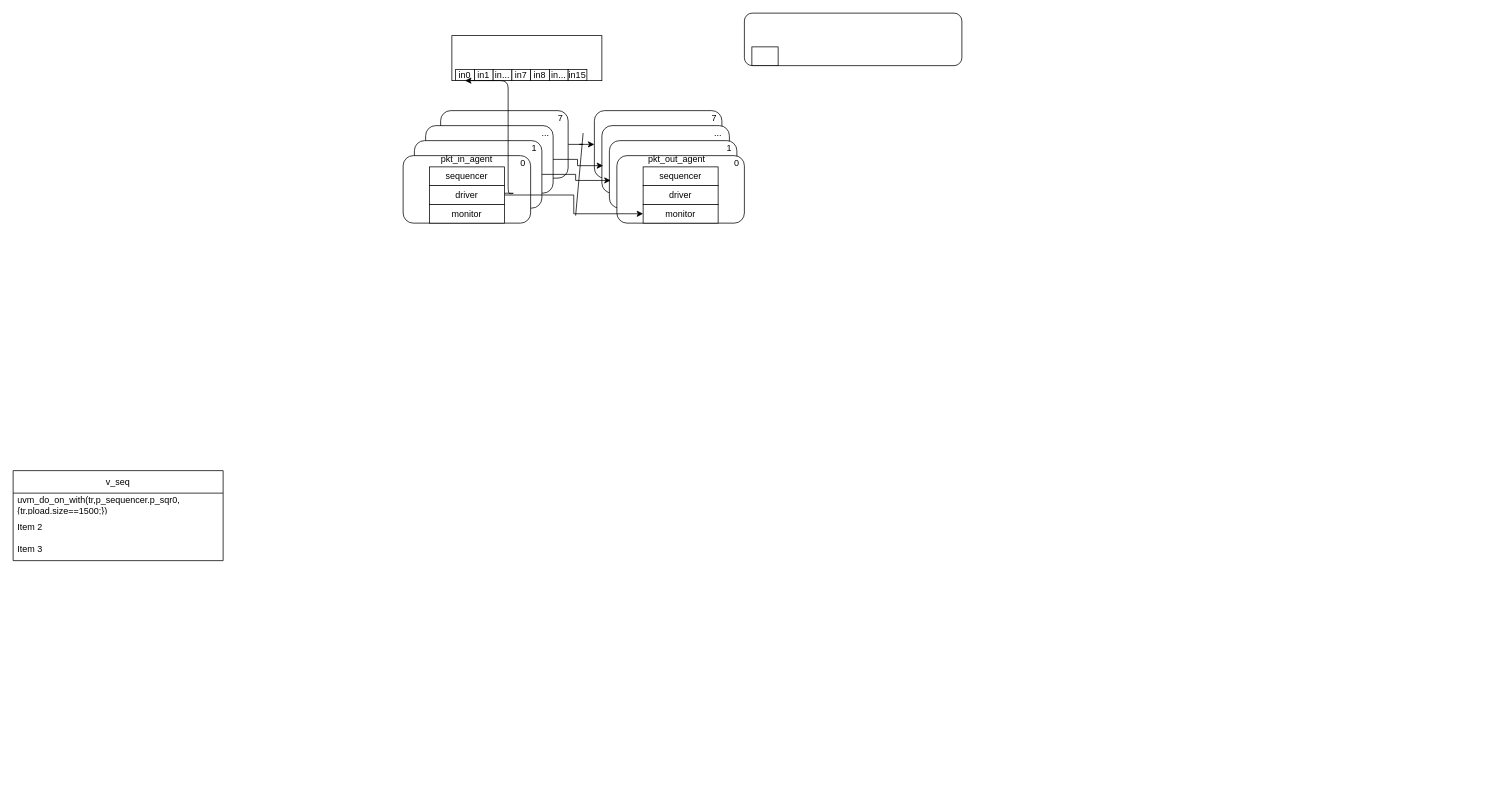
Before: dt005.drawio in huangliwood/Bingo, a draw.io diagram. Source tidied: cells renumbered, new cells numbered last; positions are measured from the earlier drawing's top-left corner, leaving out a move shared by most shapes. Both pictures are drawn from the tidied source at 75%, with x=0, y=0 at pixel (13, 13).
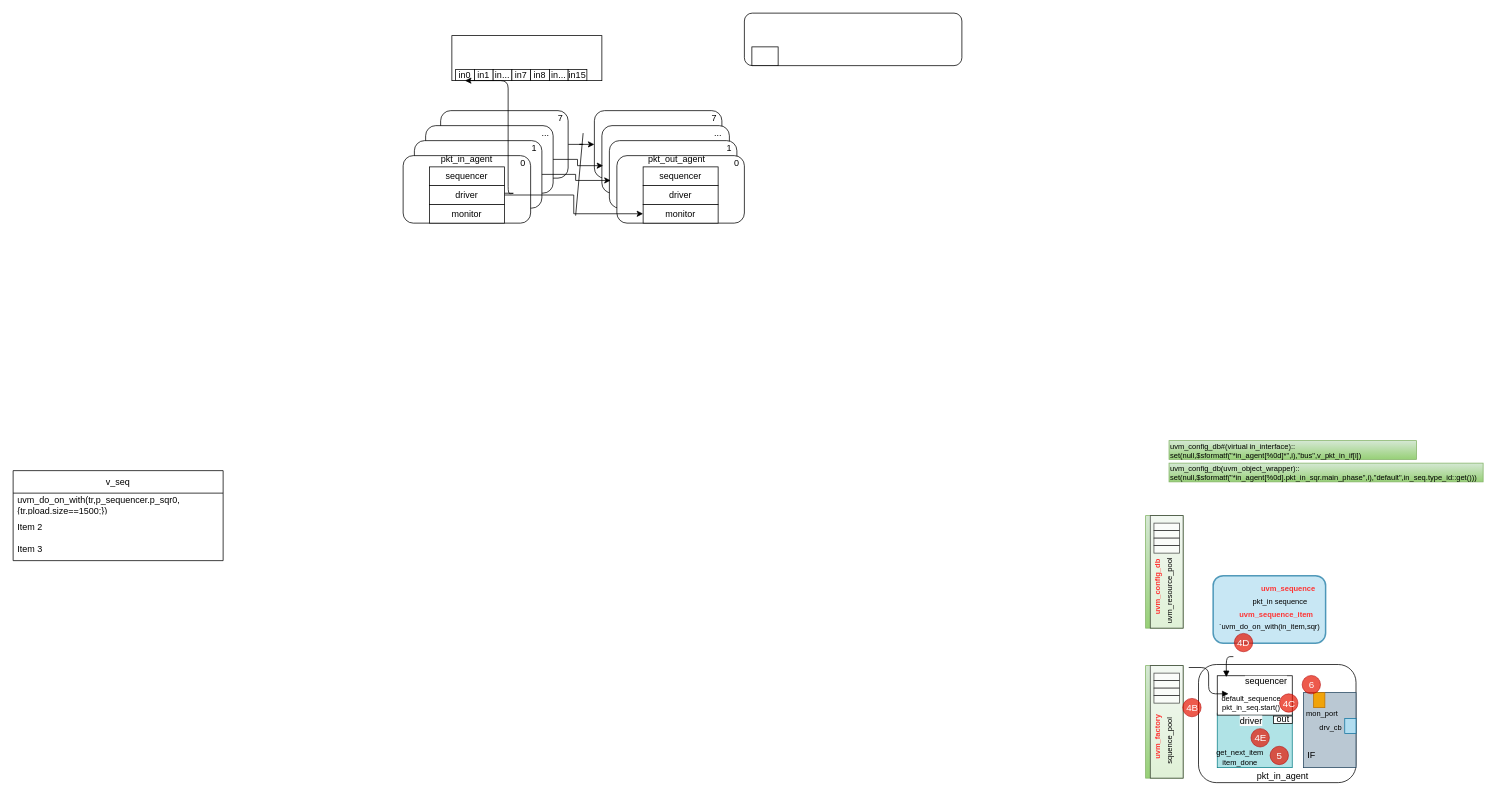
After the change.

What changed in the source:
```diff
@@
+    <mxCell id="47" value="uvm_config_db#(virtual in_interface)::&lt;br&gt;set(null,$sformatf(&quot;*in_agent[%0d]*&quot;,i),&quot;bus&quot;,v_pkt_in_if[i])" style="text;html=1;fillColor=#d5e8d4;align=left;verticalAlign=middle;whiteSpace=wrap;rounded=0;fontSize=10;strokeColor=#82b366;gradientColor=#97d077;" parent="1" vertex="1">
+      <mxGeometry x="1541.2" y="570" width="330" height="25" as="geometry" />
+    </mxCell>
+    <mxCell id="48" value="uvm_config_db(uvm_object_wrapper)::&lt;br&gt;set(null,$sformatf(&quot;*in_agent[%0d].pkt_in_sqr.main_phase&quot;,i),&quot;default&quot;,in_seq.type_id::get()))" style="text;html=1;fillColor=#d5e8d4;align=left;verticalAlign=middle;whiteSpace=wrap;rounded=0;fontSize=10;strokeColor=#82b366;gradientColor=#97d077;" parent="1" vertex="1">
+      <mxGeometry x="1541.2" y="600" width="418.8" height="25" as="geometry" />
+    </mxCell>
+    <mxCell id="49" style="group;fillColor=#d5e8d4;gradientColor=#97d077;strokeColor=#82b366;" parent="1" vertex="1">
+      <mxGeometry x="1510" y="670" width="50" height="150" as="geometry" />
+    </mxCell>
+    <mxCell id="50" style="rounded=0;whiteSpace=wrap;html=1;glass=0;labelBackgroundColor=none;sketch=0;fillStyle=hachure;fontSize=10;fontColor=#FF3333;fillColor=default;opacity=70;" parent="49" vertex="1">
+      <mxGeometry x="6.2" width="43.8" height="150" as="geometry" />
+    </mxCell>
+    <mxCell id="51" style="rounded=0;whiteSpace=wrap;html=1;glass=0;labelBackgroundColor=none;sketch=0;fillStyle=hachure;fontSize=10;fontColor=#000000;fillColor=default;opacity=70;" parent="49" vertex="1">
+      <mxGeometry x="11.1" y="10" width="34" height="10" as="geometry" />
+    </mxCell>
+    <mxCell id="52" style="rounded=0;whiteSpace=wrap;html=1;glass=0;labelBackgroundColor=none;sketch=0;fillStyle=hachure;fontSize=10;fontColor=#000000;fillColor=default;opacity=70;" parent="49" vertex="1">
+      <mxGeometry x="11.1" y="20" width="34" height="10" as="geometry" />
+    </mxCell>
+    <mxCell id="53" style="rounded=0;whiteSpace=wrap;html=1;glass=0;labelBackgroundColor=none;sketch=0;fillStyle=hachure;fontSize=10;fontColor=#000000;fillColor=default;opacity=70;" parent="49" vertex="1">
+      <mxGeometry x="11.1" y="30" width="34" height="10" as="geometry" />
+    </mxCell>
+    <mxCell id="54" style="rounded=0;whiteSpace=wrap;html=1;glass=0;labelBackgroundColor=none;sketch=0;fillStyle=hachure;fontSize=10;fontColor=#000000;fillColor=default;opacity=70;" parent="49" vertex="1">
+      <mxGeometry x="11.1" y="40" width="34" height="10" as="geometry" />
+    </mxCell>
+    <mxCell id="55" value="&lt;font color=&quot;#ff3333&quot;&gt;&lt;b&gt;uvm_config_db&lt;/b&gt;&lt;/font&gt;" style="text;html=1;strokeColor=none;fillColor=none;align=center;verticalAlign=middle;whiteSpace=wrap;rounded=0;fontSize=10;fontColor=none;rotation=-90;" parent="49" vertex="1">
+      <mxGeometry x="-30" y="80" width="90" height="30" as="geometry" />
+    </mxCell>
+    <mxCell id="56" value="uvm_resource_pool" style="text;html=1;strokeColor=none;fillColor=none;align=center;verticalAlign=middle;whiteSpace=wrap;rounded=0;fontSize=10;fontColor=none;rotation=-90;" parent="49" vertex="1">
+      <mxGeometry x="-12.8" y="85" width="90" height="30" as="geometry" />
+    </mxCell>
+    <mxCell id="57" style="group;fillColor=#d5e8d4;gradientColor=#97d077;strokeColor=#82b366;" parent="1" vertex="1">
+      <mxGeometry x="1510" y="870" width="50" height="150" as="geometry" />
+    </mxCell>
+    <mxCell id="58" style="rounded=0;whiteSpace=wrap;html=1;glass=0;labelBackgroundColor=none;sketch=0;fillStyle=hachure;fontSize=10;fontColor=#FF3333;fillColor=default;opacity=70;" parent="57" vertex="1">
+      <mxGeometry x="6.2" width="43.8" height="150" as="geometry" />
+    </mxCell>
+    <mxCell id="59" style="rounded=0;whiteSpace=wrap;html=1;glass=0;labelBackgroundColor=none;sketch=0;fillStyle=hachure;fontSize=10;fontColor=#000000;fillColor=default;opacity=70;" parent="57" vertex="1">
+      <mxGeometry x="11.1" y="10" width="34" height="10" as="geometry" />
+    </mxCell>
+    <mxCell id="60" style="rounded=0;whiteSpace=wrap;html=1;glass=0;labelBackgroundColor=none;sketch=0;fillStyle=hachure;fontSize=10;fontColor=#000000;fillColor=default;opacity=70;" parent="57" vertex="1">
+      <mxGeometry x="11.1" y="20" width="34" height="10" as="geometry" />
+    </mxCell>
+    <mxCell id="61" style="rounded=0;whiteSpace=wrap;html=1;glass=0;labelBackgroundColor=none;sketch=0;fillStyle=hachure;fontSize=10;fontColor=#000000;fillColor=default;opacity=70;" parent="57" vertex="1">
+      <mxGeometry x="11.1" y="30" width="34" height="10" as="geometry" />
+    </mxCell>
+    <mxCell id="62" style="rounded=0;whiteSpace=wrap;html=1;glass=0;labelBackgroundColor=none;sketch=0;fillStyle=hachure;fontSize=10;fontColor=#000000;fillColor=default;opacity=70;" parent="57" vertex="1">
+      <mxGeometry x="11.1" y="40" width="34" height="10" as="geometry" />
+    </mxCell>
+    <mxCell id="63" value="&lt;font color=&quot;#ff3333&quot;&gt;&lt;b&gt;uvm_factory&lt;/b&gt;&lt;/font&gt;" style="text;html=1;strokeColor=none;fillColor=none;align=center;verticalAlign=middle;whiteSpace=wrap;rounded=0;fontSize=10;fontColor=none;rotation=-90;" parent="57" vertex="1">
+      <mxGeometry x="-30" y="80" width="90" height="30" as="geometry" />
+    </mxCell>
+    <mxCell id="64" value="squence_pool" style="text;html=1;strokeColor=none;fillColor=none;align=center;verticalAlign=middle;whiteSpace=wrap;rounded=0;fontSize=10;fontColor=none;rotation=-90;" parent="57" vertex="1">
+      <mxGeometry x="-12.8" y="85" width="90" height="30" as="geometry" />
+    </mxCell>
+    <mxCell id="65" style="group;" parent="1" vertex="1">
+      <mxGeometry x="1600" y="750" width="150" height="92" as="geometry" />
+    </mxCell>
+    <mxCell id="66" style="rounded=1;whiteSpace=wrap;html=1;strokeWidth=2;fillWeight=4;hachureGap=8;hachureAngle=45;fillColor=#b1ddf0;glass=0;labelBackgroundColor=none;fillStyle=hachure;fontSize=10;opacity=70;strokeColor=#10739e;" parent="65" vertex="1">
+      <mxGeometry width="150" height="90" as="geometry" />
+    </mxCell>
+    <mxCell id="67" value="pkt_in sequence" style="text;html=1;strokeColor=none;fillColor=none;align=center;verticalAlign=middle;whiteSpace=wrap;rounded=0;fontSize=10;fontColor=none;" parent="65" vertex="1">
+      <mxGeometry x="42.3" y="16.9" width="95.1" height="33.8" as="geometry" />
+    </mxCell>
+    <mxCell id="68" value="&lt;font color=&quot;#ff3333&quot;&gt;&lt;b&gt;uvm_sequence&lt;/b&gt;&lt;/font&gt;" style="text;html=1;strokeColor=none;fillColor=none;align=center;verticalAlign=middle;whiteSpace=wrap;rounded=0;fontSize=10;fontColor=none;" parent="65" vertex="1">
+      <mxGeometry x="52.8" width="95.1" height="33.8" as="geometry" />
+    </mxCell>
+    <mxCell id="69" value="&lt;font color=&quot;#ff3333&quot;&gt;&lt;b&gt;uvm_sequence_item&lt;/b&gt;&lt;/font&gt;" style="text;html=1;strokeColor=none;fillColor=none;align=center;verticalAlign=middle;whiteSpace=wrap;rounded=0;fontSize=10;fontColor=none;" parent="65" vertex="1">
+      <mxGeometry x="37" y="33.8" width="95.1" height="33.8" as="geometry" />
+    </mxCell>
+    <mxCell id="70" value="`uvm_do_on_with(in_item,sqr)" style="text;html=1;strokeColor=none;fillColor=none;align=center;verticalAlign=middle;whiteSpace=wrap;rounded=0;fontSize=10;fontColor=none;" parent="65" vertex="1">
+      <mxGeometry x="27.5" y="50.6" width="95.1" height="33.8" as="geometry" />
+    </mxCell>
+    <mxCell id="71" value="&lt;font style=&quot;font-size: 13px;&quot;&gt;4D&lt;/font&gt;" style="ellipse;whiteSpace=wrap;html=1;glass=0;labelBackgroundColor=none;sketch=0;fillStyle=hachure;fontSize=9;fillColor=#e51400;opacity=70;strokeColor=#B20000;fontColor=#ffffff;" parent="65" vertex="1">
+      <mxGeometry x="28.3" y="77" width="24.5" height="24.5" as="geometry" />
+    </mxCell>
+    <mxCell id="72" style="rounded=1;whiteSpace=wrap;html=1;" parent="1" vertex="1">
+      <mxGeometry x="1580.5" y="868.5" width="210" height="157.5" as="geometry" />
+    </mxCell>
+    <mxCell id="73" style="rounded=0;whiteSpace=wrap;html=1;fillColor=#b0e3e6;strokeColor=#0e8088;" parent="1" vertex="1">
+      <mxGeometry x="1605.5" y="933.5" width="100" height="72.5" as="geometry" />
+    </mxCell>
+    <mxCell id="74" style="rounded=0;whiteSpace=wrap;html=1;" parent="1" vertex="1">
+      <mxGeometry x="1605.5" y="883.5" width="100" height="52.5" as="geometry" />
+    </mxCell>
+    <mxCell id="75" value="pkt_in_agent" style="text;html=1;align=center;verticalAlign=middle;whiteSpace=wrap;rounded=0;" parent="1" vertex="1">
+      <mxGeometry x="1663" y="1002" width="60" height="30" as="geometry" />
+    </mxCell>
+    <mxCell id="76" value="out" style="rounded=0;whiteSpace=wrap;html=1;" parent="1" vertex="1">
+      <mxGeometry x="1680.5" y="937.2" width="25" height="10" as="geometry" />
+    </mxCell>
+    <mxCell id="77" style="rounded=0;whiteSpace=wrap;html=1;fillColor=#bac8d3;strokeColor=#23445d;" parent="1" vertex="1">
+      <mxGeometry x="1720.5" y="906" width="70" height="100" as="geometry" />
+    </mxCell>
+    <mxCell id="78" style="rounded=0;whiteSpace=wrap;html=1;fillColor=#f0a30a;fontColor=#000000;strokeColor=#BD7000;" parent="1" vertex="1">
+      <mxGeometry x="1734" y="906" width="15" height="20" as="geometry" />
+    </mxCell>
+    <mxCell id="79" value="IF" style="text;html=1;strokeColor=none;fillColor=none;align=center;verticalAlign=middle;whiteSpace=wrap;rounded=0;" parent="1" vertex="1">
+      <mxGeometry x="1686.5" y="971" width="89" height="37.5" as="geometry" />
+    </mxCell>
+    <mxCell id="80" style="rounded=0;whiteSpace=wrap;html=1;fillColor=#b1ddf0;strokeColor=#10739e;" parent="1" vertex="1">
+      <mxGeometry x="1775.5" y="940.4" width="15" height="20" as="geometry" />
+    </mxCell>
+    <mxCell id="81" value="item_done" style="text;html=1;strokeColor=none;fillColor=none;align=center;verticalAlign=middle;whiteSpace=wrap;rounded=0;fontSize=10;fontColor=none;" parent="1" vertex="1">
+      <mxGeometry x="1605.5" y="992.6" width="60" height="11.9" as="geometry" />
+    </mxCell>
+    <mxCell id="82" value="get_next_item" style="text;html=1;strokeColor=none;fillColor=none;align=center;verticalAlign=middle;whiteSpace=wrap;rounded=0;fontSize=10;fontColor=none;" parent="1" vertex="1">
+      <mxGeometry x="1605.5" y="979.1" width="60" height="11.9" as="geometry" />
+    </mxCell>
+    <mxCell id="83" value="default_sequence" style="text;html=1;strokeColor=none;fillColor=none;align=center;verticalAlign=middle;whiteSpace=wrap;rounded=0;fontSize=10;fontColor=none;" parent="1" vertex="1">
+      <mxGeometry x="1620.5" y="907.6" width="60" height="11.9" as="geometry" />
+    </mxCell>
+    <mxCell id="84" value="&#10;&lt;span style=&quot;color: rgb(0, 0, 0); font-family: Helvetica; font-size: 12px; font-style: normal; font-variant-ligatures: normal; font-variant-caps: normal; font-weight: 400; letter-spacing: normal; orphans: 2; text-align: center; text-indent: 0px; text-transform: none; widows: 2; word-spacing: 0px; -webkit-text-stroke-width: 0px; background-color: rgb(251, 251, 251); text-decoration-thickness: initial; text-decoration-style: initial; text-decoration-color: initial; float: none; display: inline !important;&quot;&gt;sequencer&lt;/span&gt;&#10;&#10;" style="text;html=1;strokeColor=none;fillColor=none;align=center;verticalAlign=middle;whiteSpace=wrap;rounded=0;fontSize=10;fontColor=#000000;" parent="1" vertex="1">
+      <mxGeometry x="1640.5" y="892.2" width="60" height="10" as="geometry" />
+    </mxCell>
+    <mxCell id="85" value="pkt_in_seq.start()" style="text;html=1;strokeColor=none;fillColor=none;align=center;verticalAlign=middle;whiteSpace=wrap;rounded=0;fontSize=10;fontColor=none;" parent="1" vertex="1">
+      <mxGeometry x="1620.5" y="920.1" width="60" height="11.9" as="geometry" />
+    </mxCell>
+    <mxCell id="86" value="&#10;&lt;span style=&quot;color: rgb(0, 0, 0); font-family: Helvetica; font-size: 12px; font-style: normal; font-variant-ligatures: normal; font-variant-caps: normal; font-weight: 400; letter-spacing: normal; orphans: 2; text-align: center; text-indent: 0px; text-transform: none; widows: 2; word-spacing: 0px; -webkit-text-stroke-width: 0px; background-color: rgb(251, 251, 251); text-decoration-thickness: initial; text-decoration-style: initial; text-decoration-color: initial; float: none; display: inline !important;&quot;&gt;driver&lt;/span&gt;&#10;&#10;" style="text;html=1;strokeColor=none;fillColor=none;align=center;verticalAlign=middle;whiteSpace=wrap;rounded=0;fontSize=10;fontColor=#000000;" parent="1" vertex="1">
+      <mxGeometry x="1620.5" y="944.8" width="60" height="11.2" as="geometry" />
+    </mxCell>
+    <mxCell id="87" value="drv_cb" style="text;html=1;strokeColor=none;fillColor=none;align=center;verticalAlign=middle;whiteSpace=wrap;rounded=0;fontSize=10;fontColor=#000000;" parent="1" vertex="1">
+      <mxGeometry x="1736.5" y="937.2" width="40" height="30" as="geometry" />
+    </mxCell>
+    <mxCell id="88" value="mon_port" style="text;html=1;strokeColor=none;fillColor=none;align=center;verticalAlign=middle;whiteSpace=wrap;rounded=0;fontSize=10;fontColor=#000000;" parent="1" vertex="1">
+      <mxGeometry x="1720.5" y="926" width="48.6" height="13.4" as="geometry" />
+    </mxCell>
+    <mxCell id="89" style="edgeStyle=orthogonalEdgeStyle;rounded=1;jettySize=auto;html=1;exitX=1;exitY=0.5;exitDx=0;exitDy=0;entryX=0;entryY=0;entryDx=0;entryDy=0;fontSize=13;fontColor=#000000;startArrow=none;startFill=0;endArrow=block;endFill=1;" parent="1" edge="1" target="83">
+      <mxGeometry relative="1" as="geometry">
+        <mxPoint x="1567.5" y="872.5" as="sourcePoint" />
+        <Array as="points">
+          <mxPoint x="1594" y="872.5" />
+          <mxPoint x="1594" y="907.5" />
+        </Array>
+      </mxGeometry>
+    </mxCell>
+    <mxCell id="90" value="&lt;font style=&quot;font-size: 13px;&quot;&gt;4B&lt;/font&gt;" style="ellipse;whiteSpace=wrap;html=1;glass=0;labelBackgroundColor=none;sketch=0;fillStyle=hachure;fontSize=9;fillColor=#e51400;opacity=70;strokeColor=#B20000;fontColor=#ffffff;" parent="1" vertex="1">
+      <mxGeometry x="1559.5" y="913.7" width="24.5" height="24.5" as="geometry" />
+    </mxCell>
+    <mxCell id="91" value="&lt;font style=&quot;font-size: 13px;&quot;&gt;4C&lt;/font&gt;" style="ellipse;whiteSpace=wrap;html=1;glass=0;labelBackgroundColor=none;sketch=0;fillStyle=hachure;fontSize=9;fillColor=#e51400;opacity=70;strokeColor=#B20000;fontColor=#ffffff;" parent="1" vertex="1">
+      <mxGeometry x="1688.6" y="907.6" width="24.5" height="24.5" as="geometry" />
+    </mxCell>
+    <mxCell id="92" value="&lt;font style=&quot;font-size: 13px;&quot;&gt;4E&lt;/font&gt;" style="ellipse;whiteSpace=wrap;html=1;glass=0;labelBackgroundColor=none;sketch=0;fillStyle=hachure;fontSize=9;fillColor=#e51400;opacity=70;strokeColor=#B20000;fontColor=#ffffff;" parent="1" vertex="1">
+      <mxGeometry x="1650.5" y="954" width="24.5" height="24.5" as="geometry" />
+    </mxCell>
+    <mxCell id="93" value="&lt;font style=&quot;font-size: 13px;&quot;&gt;5&lt;/font&gt;" style="ellipse;whiteSpace=wrap;html=1;glass=0;labelBackgroundColor=none;sketch=0;fillStyle=hachure;fontSize=9;fillColor=#e51400;opacity=70;strokeColor=#B20000;fontColor=#ffffff;" parent="1" vertex="1">
+      <mxGeometry x="1676" y="977.5" width="24.5" height="24.5" as="geometry" />
+    </mxCell>
+    <mxCell id="94" value="&lt;font style=&quot;font-size: 13px;&quot;&gt;6&lt;/font&gt;" style="ellipse;whiteSpace=wrap;html=1;glass=0;labelBackgroundColor=none;sketch=0;fillStyle=hachure;fontSize=9;fillColor=#e51400;opacity=70;strokeColor=#B20000;fontColor=#ffffff;" parent="1" vertex="1">
+      <mxGeometry x="1718.7" y="883.1" width="24.5" height="24.5" as="geometry" />
+    </mxCell>
+    <mxCell id="95" style="edgeStyle=orthogonalEdgeStyle;rounded=1;jettySize=auto;html=1;entryX=0.121;entryY=0.034;entryDx=0;entryDy=0;entryPerimeter=0;fontSize=13;fontColor=#000000;startArrow=none;startFill=0;endArrow=block;endFill=1;" parent="1" edge="1" target="74">
+      <mxGeometry relative="1" as="geometry">
+        <mxPoint x="1627" y="858" as="sourcePoint" />
+      </mxGeometry>
+    </mxCell>
```
